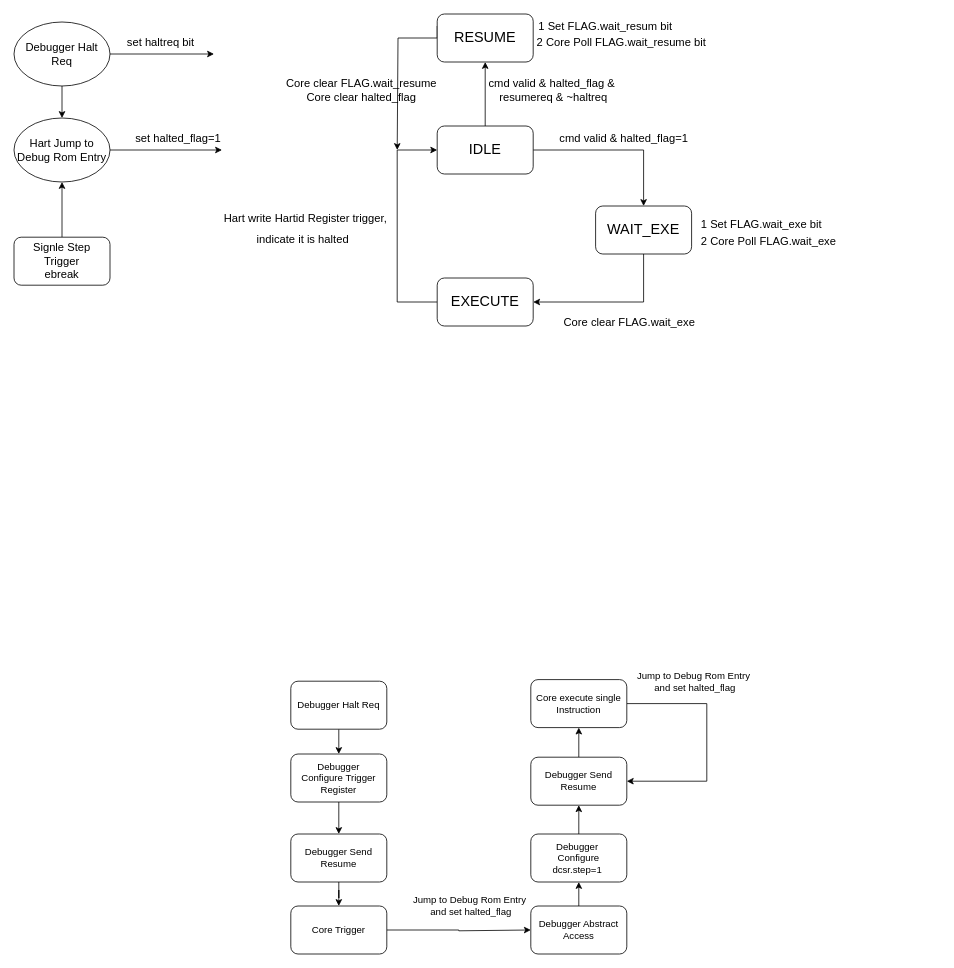
Earlier version of the draw.io diagram 未命名绘图.drawio (blin123/hdl). Source tidied: cells renumbered, new cells numbered last; positions are measured from the earlier drawing's top-left corner, leaving out a move shared by most shapes. Both pictures are drawn from the tidied source at 80%, with x=0, y=0 at pixel (14, 14).
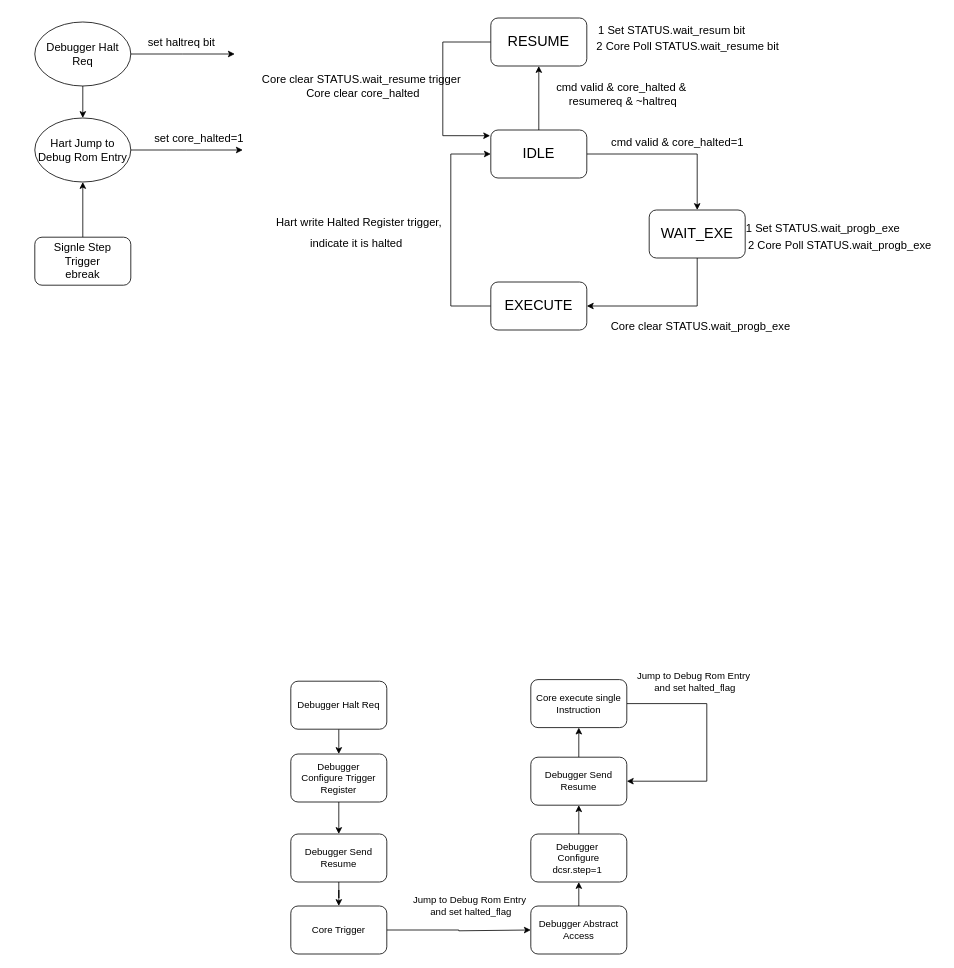
After the change.

Commit message:
更新未命名绘图.drawio

Change to the diagram source:
```diff
@@
     <mxCell id="4" value="&lt;font style=&quot;font-size: 18px;&quot;&gt;IDLE&lt;/font&gt;" style="rounded=1;whiteSpace=wrap;html=1;" parent="1" vertex="1">
-      <mxGeometry x="529" y="140" width="120" height="60" as="geometry" />
+      <mxGeometry x="596" y="145" width="120" height="60" as="geometry" />
     </mxCell>
     <mxCell id="5" style="edgeStyle=orthogonalEdgeStyle;rounded=0;jettySize=auto;html=1;entryX=1;entryY=0.5;entryDx=0;entryDy=0;" parent="1" edge="1" source="6" target="9">
       <mxGeometry relative="1" as="geometry">
         <Array as="points">
-          <mxPoint x="787" y="360" />
+          <mxPoint x="854" y="365" />
         </Array>
       </mxGeometry>
     </mxCell>
     <mxCell id="6" value="&lt;font style=&quot;font-size: 18px;&quot;&gt;WAIT_EXE&lt;/font&gt;" style="rounded=1;whiteSpace=wrap;html=1;" parent="1" vertex="1">
-      <mxGeometry x="727" y="240" width="120" height="60" as="geometry" />
+      <mxGeometry x="794" y="245" width="120" height="60" as="geometry" />
     </mxCell>
-    <mxCell id="7" value="&lt;font style=&quot;font-size: 14px;&quot;&gt;cmd valid &amp;amp; halted_flag=1&amp;nbsp;&lt;/font&gt;" style="text;html=1;align=center;verticalAlign=middle;strokeColor=none;fillColor=none;" parent="1" vertex="1">
-      <mxGeometry x="669" y="140" width="190" height="30" as="geometry" />
+    <mxCell id="7" value="&lt;font style=&quot;font-size: 14px;&quot;&gt;cmd valid &amp;amp; core_halted=1&amp;nbsp;&lt;/font&gt;" style="text;html=1;align=center;verticalAlign=middle;strokeColor=none;fillColor=none;" parent="1" vertex="1">
+      <mxGeometry x="736" y="145" width="190" height="30" as="geometry" />
     </mxCell>
     <mxCell id="8" style="edgeStyle=orthogonalEdgeStyle;rounded=0;jettySize=auto;html=1;exitX=0;exitY=0.5;exitDx=0;exitDy=0;entryX=0;entryY=0.5;entryDx=0;entryDy=0;" parent="1" edge="1" source="9" target="4">
       <mxGeometry relative="1" as="geometry">
         <Array as="points">
-          <mxPoint x="479" y="360" />
-          <mxPoint x="479" y="170" />
+          <mxPoint x="546" y="365" />
+          <mxPoint x="546" y="175" />
         </Array>
       </mxGeometry>
     </mxCell>
     <mxCell id="9" value="&lt;span style=&quot;font-size: 18px;&quot;&gt;EXECUTE&lt;/span&gt;" style="rounded=1;whiteSpace=wrap;html=1;" parent="1" vertex="1">
-      <mxGeometry x="529" y="330" width="120" height="60" as="geometry" />
+      <mxGeometry x="596" y="335" width="120" height="60" as="geometry" />
     </mxCell>
-    <mxCell id="10" value="&lt;font style=&quot;font-size: 14px;&quot;&gt;Core clear FLAG.wait_exe&lt;/font&gt;" style="text;html=1;align=center;verticalAlign=middle;strokeColor=none;fillColor=none;" parent="1" vertex="1">
-      <mxGeometry x="674" y="370" width="190" height="30" as="geometry" />
+    <mxCell id="10" value="&lt;font style=&quot;font-size: 14px;&quot;&gt;Core clear&amp;nbsp;&lt;/font&gt;&lt;font style=&quot;font-size: 14px;&quot;&gt;STATUS.&lt;/font&gt;&lt;span style=&quot;font-size: 14px;&quot;&gt;wait_progb_exe&lt;/span&gt;" style="text;html=1;align=center;verticalAlign=middle;strokeColor=none;fillColor=none;" parent="1" vertex="1">
+      <mxGeometry x="733" y="375" width="250" height="30" as="geometry" />
     </mxCell>
-    <mxCell id="11" value="&lt;font style=&quot;font-size: 14px;&quot;&gt;1 Set FLAG.wait_exe bit&lt;/font&gt;" style="text;html=1;align=center;verticalAlign=middle;strokeColor=none;fillColor=none;" parent="1" vertex="1">
-      <mxGeometry x="849" y="248" width="170" height="30" as="geometry" />
+    <mxCell id="11" value="&lt;font style=&quot;font-size: 14px;&quot;&gt;1 Set STATUS.wait_progb_exe&lt;/font&gt;" style="text;html=1;align=center;verticalAlign=middle;strokeColor=none;fillColor=none;" parent="1" vertex="1">
+      <mxGeometry x="901" y="253" width="220" height="30" as="geometry" />
     </mxCell>
-    <mxCell id="12" value="&lt;font style=&quot;font-size: 14px;&quot;&gt;Ha&lt;/font&gt;&lt;font style=&quot;font-size: 14px;&quot;&gt;rt write Hartid Register trigger,&lt;/font&gt;&lt;div&gt;&lt;font style=&quot;&quot;&gt;&lt;font style=&quot;font-size: 14px;&quot;&gt;ind&lt;font style=&quot;&quot;&gt;icate it is halte&lt;/font&gt;d&lt;/font&gt;&lt;span style=&quot;font-size: 24px;&quot;&gt;&amp;nbsp;&lt;/span&gt;&lt;/font&gt;&lt;/div&gt;" style="text;html=1;align=center;verticalAlign=middle;strokeColor=none;fillColor=none;" parent="1" vertex="1">
-      <mxGeometry x="249" y="240" width="230" height="60" as="geometry" />
+    <mxCell id="12" value="&lt;font style=&quot;font-size: 14px;&quot;&gt;Ha&lt;/font&gt;&lt;font style=&quot;font-size: 14px;&quot;&gt;rt write Halted Register trigger,&lt;/font&gt;&lt;div&gt;&lt;font style=&quot;&quot;&gt;&lt;font style=&quot;font-size: 14px;&quot;&gt;ind&lt;font style=&quot;&quot;&gt;icate it is halte&lt;/font&gt;d&lt;/font&gt;&lt;span style=&quot;font-size: 24px;&quot;&gt;&amp;nbsp;&lt;/span&gt;&lt;/font&gt;&lt;/div&gt;" style="text;html=1;align=center;verticalAlign=middle;strokeColor=none;fillColor=none;" parent="1" vertex="1">
+      <mxGeometry x="316" y="245" width="230" height="60" as="geometry" />
     </mxCell>
-    <mxCell id="13" style="edgeStyle=orthogonalEdgeStyle;rounded=0;jettySize=auto;html=1;exitX=0;exitY=0.25;exitDx=0;exitDy=0;" parent="1" edge="1" source="14">
-      <mxGeometry relative="1" as="geometry">
-        <mxPoint x="479" y="170" as="targetPoint" />
-        <Array as="points">
-          <mxPoint x="529" y="30" />
-          <mxPoint x="480" y="30" />
-          <mxPoint x="480" y="170" />
-        </Array>
-      </mxGeometry>
-    </mxCell>
+    <mxCell id="47" style="edgeStyle=orthogonalEdgeStyle;rounded=0;jettySize=auto;html=1;exitX=0;exitY=0.5;exitDx=0;exitDy=0;entryX=-0.007;entryY=0.119;entryDx=0;entryDy=0;entryPerimeter=0;" parent="1" edge="1" source="14" target="4">
+      <mxGeometry relative="1" as="geometry">
+        <Array as="points">
+          <mxPoint x="536" y="35" />
+          <mxPoint x="536" y="152" />
+        </Array>
+      </mxGeometry>
+    </mxCell>
     <mxCell id="14" value="&lt;font style=&quot;font-size: 18px;&quot;&gt;RESUME&lt;/font&gt;" style="rounded=1;whiteSpace=wrap;html=1;" parent="1" vertex="1">
-      <mxGeometry x="529" width="120" height="60" as="geometry" />
+      <mxGeometry x="596" y="5" width="120" height="60" as="geometry" />
     </mxCell>
@@
     <mxCell id="16" value="&lt;font style=&quot;font-size: 14px;&quot;&gt;Debugger Halt Req&lt;/font&gt;" style="ellipse;whiteSpace=wrap;html=1;" parent="1" vertex="1">
-      <mxGeometry y="10" width="120" height="80" as="geometry" />
+      <mxGeometry x="26" y="10" width="120" height="80" as="geometry" />
     </mxCell>
     <mxCell id="17" style="edgeStyle=orthogonalEdgeStyle;rounded=0;jettySize=auto;html=1;exitX=1;exitY=0.5;exitDx=0;exitDy=0;" parent="1" edge="1" source="18">
       <mxGeometry relative="1" as="geometry">
-        <mxPoint x="260" y="170" as="targetPoint" />
+        <mxPoint x="286" y="170" as="targetPoint" />
       </mxGeometry>
     </mxCell>
     <mxCell id="18" value="&lt;font style=&quot;font-size: 14px;&quot;&gt;Hart Jump to Debug Rom Entry&lt;/font&gt;" style="ellipse;whiteSpace=wrap;html=1;" parent="1" vertex="1">
-      <mxGeometry y="130" width="120" height="80" as="geometry" />
+      <mxGeometry x="26" y="130" width="120" height="80" as="geometry" />
     </mxCell>
-    <mxCell id="19" value="&lt;font style=&quot;font-size: 14px;&quot;&gt;set halted_flag=1&lt;/font&gt;" style="text;html=1;align=center;verticalAlign=middle;strokeColor=none;fillColor=none;" parent="1" vertex="1">
-      <mxGeometry x="140" y="140" width="130" height="30" as="geometry" />
+    <mxCell id="19" value="&lt;font style=&quot;font-size: 14px;&quot;&gt;set core_halted=1&lt;/font&gt;" style="text;html=1;align=center;verticalAlign=middle;strokeColor=none;fillColor=none;" parent="1" vertex="1">
+      <mxGeometry x="161" y="140" width="140" height="30" as="geometry" />
     </mxCell>
     <mxCell id="20" value="&lt;font style=&quot;font-size: 14px;&quot;&gt;set haltreq bit&amp;nbsp;&lt;/font&gt;" style="text;html=1;align=center;verticalAlign=middle;strokeColor=none;fillColor=none;" parent="1" vertex="1">
-      <mxGeometry x="130" y="20" width="110" height="30" as="geometry" />
+      <mxGeometry x="156" y="20" width="110" height="30" as="geometry" />
     </mxCell>
     <mxCell id="21" style="edgeStyle=orthogonalEdgeStyle;rounded=0;jettySize=auto;html=1;exitX=1;exitY=0.5;exitDx=0;exitDy=0;" parent="1" edge="1" source="16">
       <mxGeometry relative="1" as="geometry">
-        <mxPoint x="250" y="50" as="targetPoint" />
+        <mxPoint x="276" y="50" as="targetPoint" />
       </mxGeometry>
     </mxCell>
-    <mxCell id="22" value="&lt;font style=&quot;font-size: 14px;&quot;&gt;cmd valid &amp;amp; halted_flag &amp;amp;&amp;nbsp;&lt;/font&gt;&lt;div&gt;&lt;font style=&quot;font-size: 14px;&quot;&gt;resumereq &amp;amp; ~haltreq&lt;/font&gt;&lt;/div&gt;" style="text;html=1;align=center;verticalAlign=middle;strokeColor=none;fillColor=none;" parent="1" vertex="1">
-      <mxGeometry x="579" y="70" width="190" height="50" as="geometry" />
+    <mxCell id="22" value="&lt;font style=&quot;font-size: 14px;&quot;&gt;cmd valid &amp;amp; core_halted &amp;amp;&amp;nbsp;&lt;/font&gt;&lt;div&gt;&lt;font style=&quot;font-size: 14px;&quot;&gt;resumereq &amp;amp; ~haltreq&lt;/font&gt;&lt;/div&gt;" style="text;html=1;align=center;verticalAlign=middle;strokeColor=none;fillColor=none;" parent="1" vertex="1">
+      <mxGeometry x="666" y="75" width="190" height="50" as="geometry" />
     </mxCell>
-    <mxCell id="23" value="&lt;font style=&quot;font-size: 14px;&quot;&gt;2 Core Poll FLAG.wait_exe&lt;/font&gt;" style="text;html=1;align=center;verticalAlign=middle;strokeColor=none;fillColor=none;" parent="1" vertex="1">
-      <mxGeometry x="849" y="269" width="187" height="29" as="geometry" />
+    <mxCell id="23" value="&lt;font style=&quot;font-size: 14px;&quot;&gt;2 Core Poll STATUS.&lt;/font&gt;&lt;span style=&quot;font-size: 14px;&quot;&gt;wait_progb_exe&lt;/span&gt;" style="text;html=1;align=center;verticalAlign=middle;strokeColor=none;fillColor=none;" parent="1" vertex="1">
+      <mxGeometry x="907" y="274" width="250" height="30" as="geometry" />
     </mxCell>
-    <mxCell id="24" value="&lt;font style=&quot;font-size: 14px;&quot;&gt;1 Set FLAG.wait_resum bit&lt;/font&gt;" style="text;html=1;align=center;verticalAlign=middle;strokeColor=none;fillColor=none;" parent="1" vertex="1">
-      <mxGeometry x="644" width="190" height="30" as="geometry" />
+    <mxCell id="24" value="&lt;font style=&quot;font-size: 14px;&quot;&gt;1 Set STATUS.wait_resum bit&lt;/font&gt;" style="text;html=1;align=center;verticalAlign=middle;strokeColor=none;fillColor=none;" parent="1" vertex="1">
+      <mxGeometry x="717" y="5" width="210" height="30" as="geometry" />
     </mxCell>
-    <mxCell id="25" value="&lt;font style=&quot;font-size: 14px;&quot;&gt;2 Core Poll FLAG.wait_resume bit&lt;/font&gt;" style="text;html=1;align=center;verticalAlign=middle;strokeColor=none;fillColor=none;" parent="1" vertex="1">
-      <mxGeometry x="639" y="20" width="240" height="30" as="geometry" />
+    <mxCell id="25" value="&lt;font style=&quot;font-size: 14px;&quot;&gt;2 Core Poll STATUS.wait_resume bit&lt;/font&gt;" style="text;html=1;align=center;verticalAlign=middle;strokeColor=none;fillColor=none;" parent="1" vertex="1">
+      <mxGeometry x="717" y="25" width="250" height="30" as="geometry" />
     </mxCell>
-    <mxCell id="26" value="&lt;font style=&quot;font-size: 14px;&quot;&gt;Core clear FLAG.wait_resume&lt;/font&gt;&lt;div&gt;&lt;font style=&quot;font-size: 14px;&quot;&gt;Core clear halted_flag&lt;/font&gt;&lt;/div&gt;" style="text;html=1;align=center;verticalAlign=middle;strokeColor=none;fillColor=none;" parent="1" vertex="1">
-      <mxGeometry x="331" y="72" width="206" height="46" as="geometry" />
+    <mxCell id="26" value="&lt;font style=&quot;font-size: 14px;&quot;&gt;Core clear STATUS.wait_resume trigger&amp;nbsp;&lt;/font&gt;&lt;div&gt;&lt;font style=&quot;font-size: 14px;&quot;&gt;Core clear core_halted&lt;/font&gt;&lt;/div&gt;" style="text;html=1;align=center;verticalAlign=middle;strokeColor=none;fillColor=none;" parent="1" vertex="1">
+      <mxGeometry x="296" y="65" width="280" height="50" as="geometry" />
     </mxCell>
@@
     <mxCell id="28" value="&lt;span style=&quot;font-size: 14px;&quot;&gt;Signle Step&lt;/span&gt;&lt;div&gt;&lt;span style=&quot;font-size: 14px;&quot;&gt;Trigger&lt;/span&gt;&lt;/div&gt;&lt;div&gt;&lt;span style=&quot;font-size: 14px;&quot;&gt;ebreak&lt;/span&gt;&lt;/div&gt;" style="rounded=1;whiteSpace=wrap;html=1;" parent="1" vertex="1">
-      <mxGeometry y="279" width="120" height="60" as="geometry" />
+      <mxGeometry x="26" y="279" width="120" height="60" as="geometry" />
     </mxCell>
```
